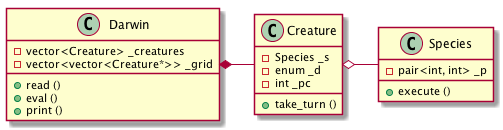
Above: examples/Darwin.png in akhilmurthy/cs371p (PlantUML), before the change.
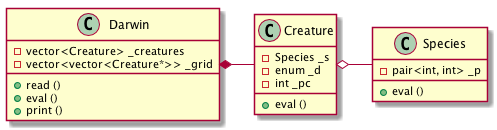
After the commit.

The edit, as a diff of the source:
```diff
@@ -14,12 +14,12 @@
     - Species _s
     - enum _d
     - int _pc
-    + take_turn ()
+    + eval ()
     }
 
 class Species {
     - pair<int, int> _p
-    + execute ()
+    + eval ()
     }
 
 @enduml
```
